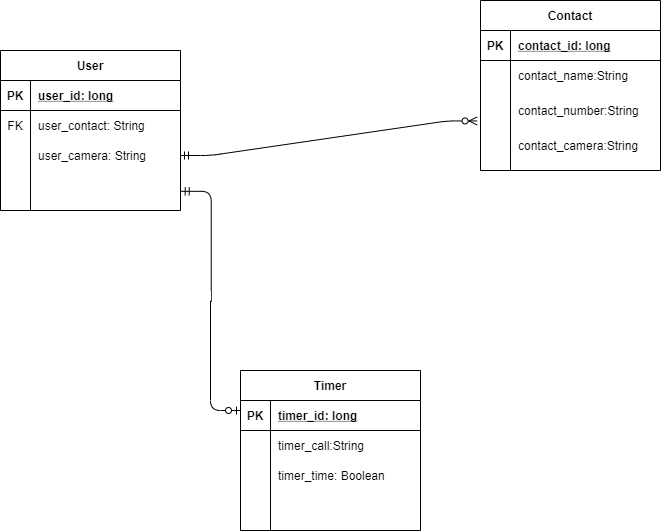
amberrz/timed-calls keeps this draw.io diagram as docs/img/erd.png. Above is the earlier version. Source tidied: cells renumbered, new cells last; positions are measured from the earlier drawing's top-left corner, leaving out a move shared by most shapes. Source of this version:
```xml
<mxGraphModel>
  <root>
    <mxCell id="0" />
    <mxCell id="1" parent="0" />
    <mxCell id="2" value="User" style="shape=table;startSize=30;rowLines=0;fontStyle=1;align=center;" parent="1" vertex="1">
      <mxGeometry y="50" width="180" height="160" as="geometry" />
    </mxCell>
    <mxCell id="3" style="shape=partialRectangle;fillColor=none;top=0;left=0;bottom=1;right=0;" parent="2" vertex="1">
      <mxGeometry y="30" width="180" height="30" as="geometry" />
    </mxCell>
    <mxCell id="4" value="PK" style="shape=partialRectangle;fillColor=none;top=0;left=0;bottom=0;right=0;fontStyle=1;overflow=hidden;" parent="3" vertex="1">
      <mxGeometry width="30" height="30" as="geometry" />
    </mxCell>
    <mxCell id="5" value="user_id: long" style="shape=partialRectangle;fillColor=none;top=0;left=0;bottom=0;right=0;align=left;spacingLeft=6;fontStyle=5;overflow=hidden;" parent="3" vertex="1">
      <mxGeometry x="30" width="150" height="30" as="geometry" />
    </mxCell>
    <mxCell id="6" style="shape=partialRectangle;fillColor=none;top=0;left=0;bottom=0;right=0;" parent="2" vertex="1">
      <mxGeometry y="60" width="180" height="30" as="geometry" />
    </mxCell>
    <mxCell id="7" value="FK" style="shape=partialRectangle;fillColor=none;top=0;left=0;bottom=0;right=0;overflow=hidden;" parent="6" vertex="1">
      <mxGeometry width="30" height="30" as="geometry" />
    </mxCell>
    <mxCell id="8" value="user_contact: String" style="shape=partialRectangle;fillColor=none;top=0;left=0;bottom=0;right=0;align=left;spacingLeft=6;overflow=hidden;" parent="6" vertex="1">
      <mxGeometry x="30" width="150" height="30" as="geometry" />
    </mxCell>
    <mxCell id="9" style="shape=partialRectangle;fillColor=none;top=0;left=0;bottom=0;right=0;points=[[0,0.5],[1,0.5]];portConstraint=eastwest;" parent="2" vertex="1">
      <mxGeometry y="90" width="180" height="30" as="geometry" />
    </mxCell>
    <mxCell id="10" style="shape=partialRectangle;fillColor=none;top=0;left=0;bottom=0;right=0;overflow=hidden;" parent="9" vertex="1">
      <mxGeometry width="30" height="30" as="geometry" />
    </mxCell>
    <mxCell id="11" value="user_camera: String" style="shape=partialRectangle;fillColor=none;top=0;left=0;bottom=0;right=0;align=left;spacingLeft=6;overflow=hidden;" parent="9" vertex="1">
      <mxGeometry x="30" width="150" height="30" as="geometry" />
    </mxCell>
    <mxCell id="12" style="shape=partialRectangle;fillColor=none;top=0;left=0;bottom=0;right=0;points=[[0,0.5],[1,0.5]];portConstraint=eastwest;" parent="2" vertex="1">
      <mxGeometry y="120" width="180" height="30" as="geometry" />
    </mxCell>
    <mxCell id="13" style="shape=partialRectangle;fillColor=none;top=0;left=0;bottom=0;right=0;overflow=hidden;" parent="12" vertex="1">
      <mxGeometry width="30" height="30" as="geometry" />
    </mxCell>
    <mxCell id="14" style="shape=partialRectangle;fillColor=none;top=0;left=0;bottom=0;right=0;align=left;spacingLeft=6;overflow=hidden;" parent="12" vertex="1">
      <mxGeometry x="30" width="150" height="30" as="geometry" />
    </mxCell>
    <mxCell id="15" value="Timer" style="shape=table;startSize=30;rowLines=0;fontStyle=1;align=center;" parent="1" vertex="1">
      <mxGeometry x="240" y="370" width="180" height="160" as="geometry" />
    </mxCell>
    <mxCell id="16" style="shape=partialRectangle;fillColor=none;top=0;left=0;bottom=1;right=0;" parent="15" vertex="1">
      <mxGeometry y="30" width="180" height="30" as="geometry" />
    </mxCell>
    <mxCell id="17" value="PK" style="shape=partialRectangle;fillColor=none;top=0;left=0;bottom=0;right=0;fontStyle=1;overflow=hidden;" parent="16" vertex="1">
      <mxGeometry width="30" height="30" as="geometry" />
    </mxCell>
    <mxCell id="18" value="timer_id: long" style="shape=partialRectangle;fillColor=none;top=0;left=0;bottom=0;right=0;align=left;spacingLeft=6;fontStyle=5;overflow=hidden;" parent="16" vertex="1">
      <mxGeometry x="30" width="150" height="30" as="geometry" />
    </mxCell>
    <mxCell id="19" style="shape=partialRectangle;fillColor=none;top=0;left=0;bottom=0;right=0;" parent="15" vertex="1">
      <mxGeometry y="60" width="180" height="30" as="geometry" />
    </mxCell>
    <mxCell id="20" style="shape=partialRectangle;fillColor=none;top=0;left=0;bottom=0;right=0;overflow=hidden;" parent="19" vertex="1">
      <mxGeometry width="30" height="30" as="geometry" />
    </mxCell>
    <mxCell id="21" value="timer_call:String" style="shape=partialRectangle;fillColor=none;top=0;left=0;bottom=0;right=0;align=left;spacingLeft=6;overflow=hidden;" parent="19" vertex="1">
      <mxGeometry x="30" width="150" height="30" as="geometry" />
    </mxCell>
    <mxCell id="22" style="shape=partialRectangle;fillColor=none;top=0;left=0;bottom=0;right=0;" parent="15" vertex="1">
      <mxGeometry y="90" width="180" height="30" as="geometry" />
    </mxCell>
    <mxCell id="23" style="shape=partialRectangle;fillColor=none;top=0;left=0;bottom=0;right=0;overflow=hidden;" parent="22" vertex="1">
      <mxGeometry width="30" height="30" as="geometry" />
    </mxCell>
    <mxCell id="24" value="timer_time: Boolean" style="shape=partialRectangle;fillColor=none;top=0;left=0;bottom=0;right=0;align=left;spacingLeft=6;overflow=hidden;" parent="22" vertex="1">
      <mxGeometry x="30" width="150" height="30" as="geometry" />
    </mxCell>
    <mxCell id="25" style="shape=partialRectangle;fillColor=none;top=0;left=0;bottom=0;right=0;" parent="15" vertex="1">
      <mxGeometry y="120" width="180" height="30" as="geometry" />
    </mxCell>
    <mxCell id="26" style="shape=partialRectangle;fillColor=none;top=0;left=0;bottom=0;right=0;overflow=hidden;" parent="25" vertex="1">
      <mxGeometry width="30" height="30" as="geometry" />
    </mxCell>
    <mxCell id="27" style="shape=partialRectangle;fillColor=none;top=0;left=0;bottom=0;right=0;align=left;spacingLeft=6;overflow=hidden;" parent="25" vertex="1">
      <mxGeometry x="30" width="150" height="30" as="geometry" />
    </mxCell>
    <mxCell id="28" style="edgeStyle=entityRelationEdgeStyle;fontSize=12;html=1;endArrow=ERzeroToOne;startArrow=ERmandOne;endFill=1;exitX=1.004;exitY=0.694;exitDx=0;exitDy=0;exitPerimeter=0;" parent="1" edge="1" source="12">
      <mxGeometry relative="1" as="geometry">
        <mxPoint x="240" y="410" as="targetPoint" />
      </mxGeometry>
    </mxCell>
    <mxCell id="29" style="edgeStyle=entityRelationEdgeStyle;fontSize=12;html=1;endArrow=ERzeroToMany;endFill=1;entryX=-0.019;entryY=0.761;entryDx=0;entryDy=0;entryPerimeter=0;exitX=1;exitY=0.5;exitDx=0;exitDy=0;startArrow=ERmandOne;startFill=0;" parent="1" edge="1" source="9" target="37">
      <mxGeometry relative="1" as="geometry" />
    </mxCell>
    <mxCell id="30" value="Contact" style="shape=table;startSize=30;rowLines=0;fontStyle=1;align=center;" parent="1" vertex="1">
      <mxGeometry x="480" width="180" height="170" as="geometry" />
    </mxCell>
    <mxCell id="31" style="shape=partialRectangle;fillColor=none;top=0;left=0;bottom=1;right=0;" parent="30" vertex="1">
      <mxGeometry y="30" width="180" height="30" as="geometry" />
    </mxCell>
    <mxCell id="32" value="PK" style="shape=partialRectangle;fillColor=none;top=0;left=0;bottom=0;right=0;fontStyle=1;overflow=hidden;" parent="31" vertex="1">
      <mxGeometry width="30" height="30" as="geometry" />
    </mxCell>
    <mxCell id="33" value="contact_id: long" style="shape=partialRectangle;fillColor=none;top=0;left=0;bottom=0;right=0;align=left;spacingLeft=6;fontStyle=5;overflow=hidden;" parent="31" vertex="1">
      <mxGeometry x="30" width="150" height="30" as="geometry" />
    </mxCell>
    <mxCell id="34" style="shape=partialRectangle;fillColor=none;top=0;left=0;bottom=0;right=0;" parent="30" vertex="1">
      <mxGeometry y="60" width="180" height="30" as="geometry" />
    </mxCell>
    <mxCell id="35" style="shape=partialRectangle;fillColor=none;top=0;left=0;bottom=0;right=0;overflow=hidden;" parent="34" vertex="1">
      <mxGeometry width="30" height="30" as="geometry" />
    </mxCell>
    <mxCell id="36" value="contact_name:String" style="shape=partialRectangle;fillColor=none;top=0;left=0;bottom=0;right=0;align=left;spacingLeft=6;overflow=hidden;" parent="34" vertex="1">
      <mxGeometry x="30" width="150" height="30" as="geometry" />
    </mxCell>
    <mxCell id="37" style="shape=partialRectangle;fillColor=none;top=0;left=0;bottom=0;right=0;points=[[0,0.5],[1,0.5]];portConstraint=eastwest;" parent="30" vertex="1">
      <mxGeometry y="90" width="180" height="40" as="geometry" />
    </mxCell>
    <mxCell id="38" style="shape=partialRectangle;fillColor=none;top=0;left=0;bottom=0;right=0;overflow=hidden;" parent="37" vertex="1">
      <mxGeometry width="30" height="40" as="geometry" />
    </mxCell>
    <mxCell id="39" value="contact_number:String" style="shape=partialRectangle;fillColor=none;top=0;left=0;bottom=0;right=0;align=left;spacingLeft=6;overflow=hidden;" parent="37" vertex="1">
      <mxGeometry x="30" width="150" height="40" as="geometry" />
    </mxCell>
    <mxCell id="40" style="shape=partialRectangle;fillColor=none;top=0;left=0;bottom=0;right=0;" parent="30" vertex="1">
      <mxGeometry y="130" width="180" height="30" as="geometry" />
    </mxCell>
    <mxCell id="41" style="shape=partialRectangle;fillColor=none;top=0;left=0;bottom=0;right=0;overflow=hidden;" parent="40" vertex="1">
      <mxGeometry width="30" height="30" as="geometry" />
    </mxCell>
    <mxCell id="42" value="contact_camera:String" style="shape=partialRectangle;fillColor=none;top=0;left=0;bottom=0;right=0;align=left;spacingLeft=6;overflow=hidden;" parent="40" vertex="1">
      <mxGeometry x="30" width="150" height="30" as="geometry" />
    </mxCell>
  </root>
</mxGraphModel>
```
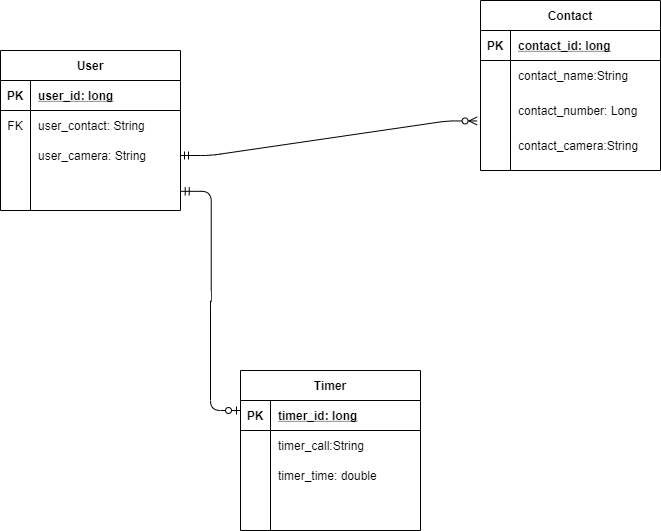
Later version of the same file.

Commit message:
Redo PNG and PDF erd added and done correctly.

What changed in the source:
```diff
@@ -68,7 +68,7 @@
     <mxCell id="23" style="shape=partialRectangle;fillColor=none;top=0;left=0;bottom=0;right=0;overflow=hidden;" parent="22" vertex="1">
       <mxGeometry width="30" height="30" as="geometry" />
     </mxCell>
-    <mxCell id="24" value="timer_time: Boolean" style="shape=partialRectangle;fillColor=none;top=0;left=0;bottom=0;right=0;align=left;spacingLeft=6;overflow=hidden;" parent="22" vertex="1">
+    <mxCell id="24" value="timer_time: double" style="shape=partialRectangle;fillColor=none;top=0;left=0;bottom=0;right=0;align=left;spacingLeft=6;overflow=hidden;" parent="22" vertex="1">
       <mxGeometry x="30" width="150" height="30" as="geometry" />
     </mxCell>
     <mxCell id="25" style="shape=partialRectangle;fillColor=none;top=0;left=0;bottom=0;right=0;" parent="15" vertex="1">
@@ -115,7 +115,7 @@
     <mxCell id="38" style="shape=partialRectangle;fillColor=none;top=0;left=0;bottom=0;right=0;overflow=hidden;" parent="37" vertex="1">
       <mxGeometry width="30" height="40" as="geometry" />
     </mxCell>
-    <mxCell id="39" value="contact_number:String" style="shape=partialRectangle;fillColor=none;top=0;left=0;bottom=0;right=0;align=left;spacingLeft=6;overflow=hidden;" parent="37" vertex="1">
+    <mxCell id="39" value="contact_number: Long" style="shape=partialRectangle;fillColor=none;top=0;left=0;bottom=0;right=0;align=left;spacingLeft=6;overflow=hidden;" parent="37" vertex="1">
       <mxGeometry x="30" width="150" height="40" as="geometry" />
     </mxCell>
     <mxCell id="40" style="shape=partialRectangle;fillColor=none;top=0;left=0;bottom=0;right=0;" parent="30" vertex="1">
```
